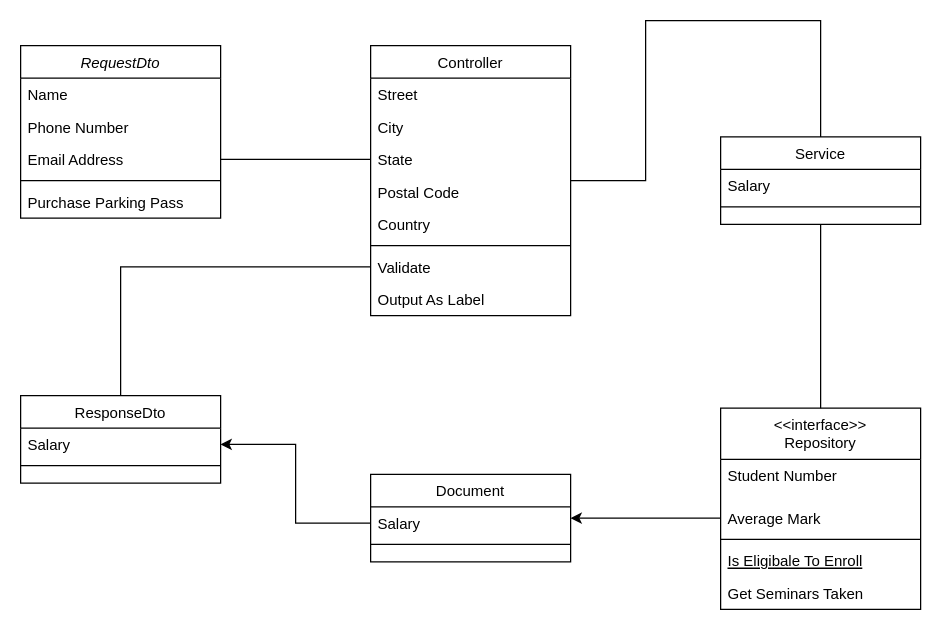
The draw.io diagram DLMC-add form.drawio in mitgaming/drawio, before the edit. Source tidied: cells renumbered, new cells numbered last; positions are measured from the earlier drawing's top-left corner, leaving out a move shared by most shapes. Both pictures are drawn from the tidied source at 125%, with x=0, y=0 at pixel (20, 45).
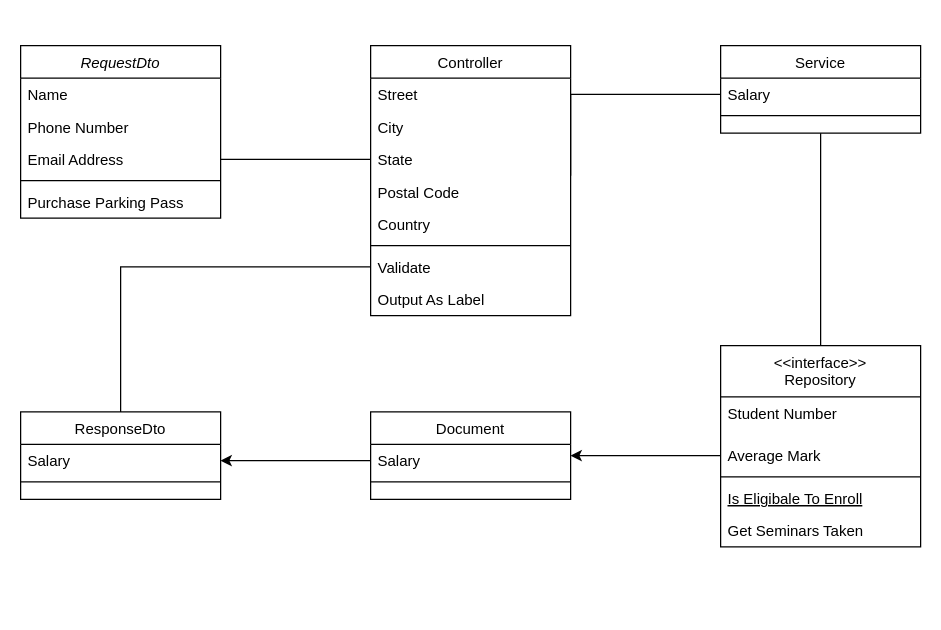
Above is the later version.

Commit message:
Cập nhật DLMC-add form.drawio

The change refers to these unchanged cells:
```xml
<mxCell id="16" value="Salary" style="text;align=left;verticalAlign=top;spacingLeft=4;spacingRight=4;overflow=hidden;points=[[0,0.5],[1,0.5]];portConstraint=eastwest;" parent="15" vertex="1">
  <mxGeometry y="26" width="160" height="26" as="geometry" />
</mxCell>
<mxCell id="19" value="Controller" style="swimlane;fontStyle=0;align=center;verticalAlign=top;horizontal=1;startSize=26;rounded=0;shadow=0;strokeWidth=1;" parent="1" vertex="1">
  <mxGeometry x="280" width="160" height="216" as="geometry" />
</mxCell>
<mxCell id="23" value="Postal Code" style="text;align=left;verticalAlign=top;spacingLeft=4;spacingRight=4;overflow=hidden;points=[[0,0.5],[1,0.5]];portConstraint=eastwest;rounded=0;shadow=0;html=0;" parent="19" vertex="1">
  <mxGeometry y="104" width="160" height="26" as="geometry" />
</mxCell>
```

Diff of the diagram source:
```diff
@@
     <mxCell id="8" value="&lt;&lt;interface&gt;&gt;&#10;Repository" style="swimlane;fontStyle=0;align=center;verticalAlign=top;horizontal=1;startSize=41;rounded=0;shadow=0;strokeWidth=1;" parent="1" vertex="1">
-      <mxGeometry x="560" y="290" width="160" height="161" as="geometry" />
+      <mxGeometry x="560" y="240" width="160" height="161" as="geometry" />
     </mxCell>
@@
     <mxCell id="15" value="Service" style="swimlane;fontStyle=0;align=center;verticalAlign=top;horizontal=1;startSize=26;rounded=0;shadow=0;strokeWidth=1;" parent="1" vertex="1">
-      <mxGeometry x="560" y="73" width="160" height="70" as="geometry" />
+      <mxGeometry x="560" width="160" height="70" as="geometry" />
     </mxCell>
@@
-    <mxCell id="18" style="edgeStyle=orthogonalEdgeStyle;rounded=0;jettySize=auto;html=1;entryX=0.5;entryY=0;entryDx=0;entryDy=0;endArrow=none;endFill=0;" parent="1" edge="1" source="19" target="15">
-      <mxGeometry relative="1" as="geometry" />
-    </mxCell>
@@
     <mxCell id="28" value="Document" style="swimlane;fontStyle=0;align=center;verticalAlign=top;horizontal=1;startSize=26;rounded=0;shadow=0;strokeWidth=1;" parent="1" vertex="1">
-      <mxGeometry x="280" y="343" width="160" height="70" as="geometry" />
+      <mxGeometry x="280" y="293" width="160" height="70" as="geometry" />
     </mxCell>
@@
     <mxCell id="32" value="ResponseDto" style="swimlane;fontStyle=0;align=center;verticalAlign=top;horizontal=1;startSize=26;rounded=0;shadow=0;strokeWidth=1;" parent="1" vertex="1">
-      <mxGeometry y="280" width="160" height="70" as="geometry" />
+      <mxGeometry y="293" width="160" height="70" as="geometry" />
     </mxCell>
@@
+    <mxCell id="38" style="edgeStyle=orthogonalEdgeStyle;rounded=0;jettySize=auto;html=1;entryX=0;entryY=0.5;entryDx=0;entryDy=0;endArrow=none;endFill=0;" parent="1" edge="1" source="23" target="16">
+      <mxGeometry relative="1" as="geometry">
+        <Array as="points">
+          <mxPoint x="440" y="39" />
+        </Array>
+      </mxGeometry>
+    </mxCell>
```
